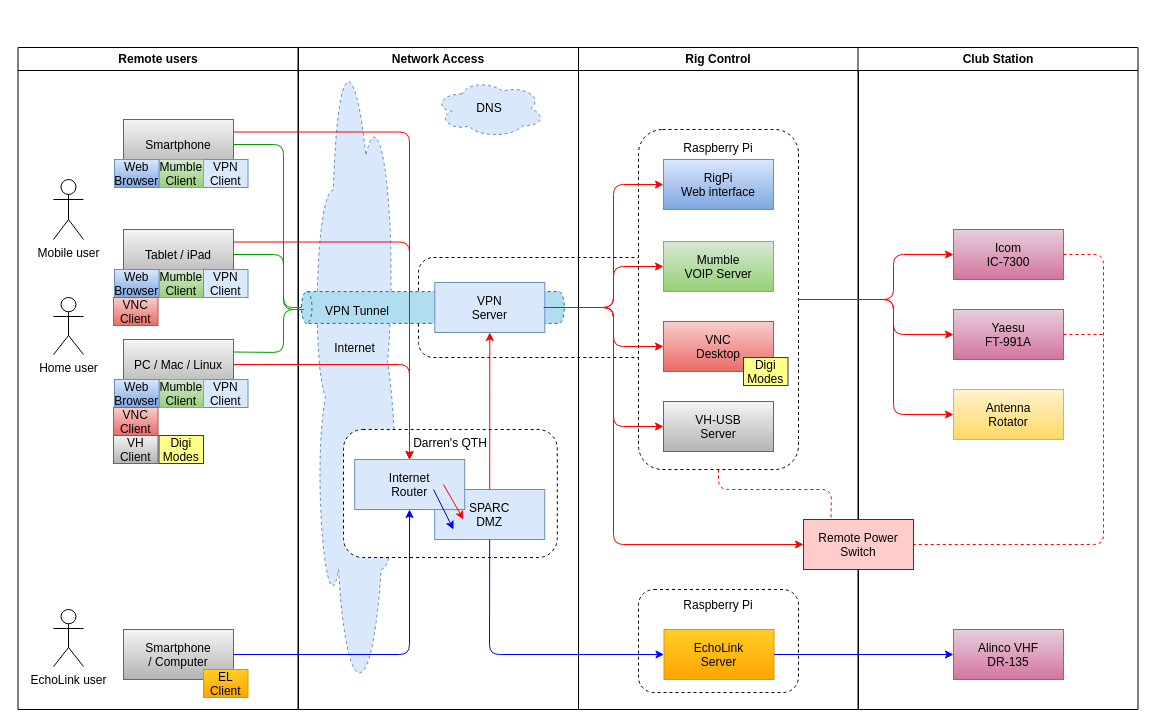
This is page "Component model" (2 of 2) of diagrams/SPARC Club Station Remote Control.drawio from StevPem/SPARC-Club-Station-Remote-Control, a draw.io file, before an edit. Source tidied: cells renumbered, new cells numbered last; positions are measured from the earlier drawing's top-left corner, leaving out a move shared by most shapes. Both pictures are drawn from the tidied source at 100%, with x=0, y=0 at pixel (17, 17).
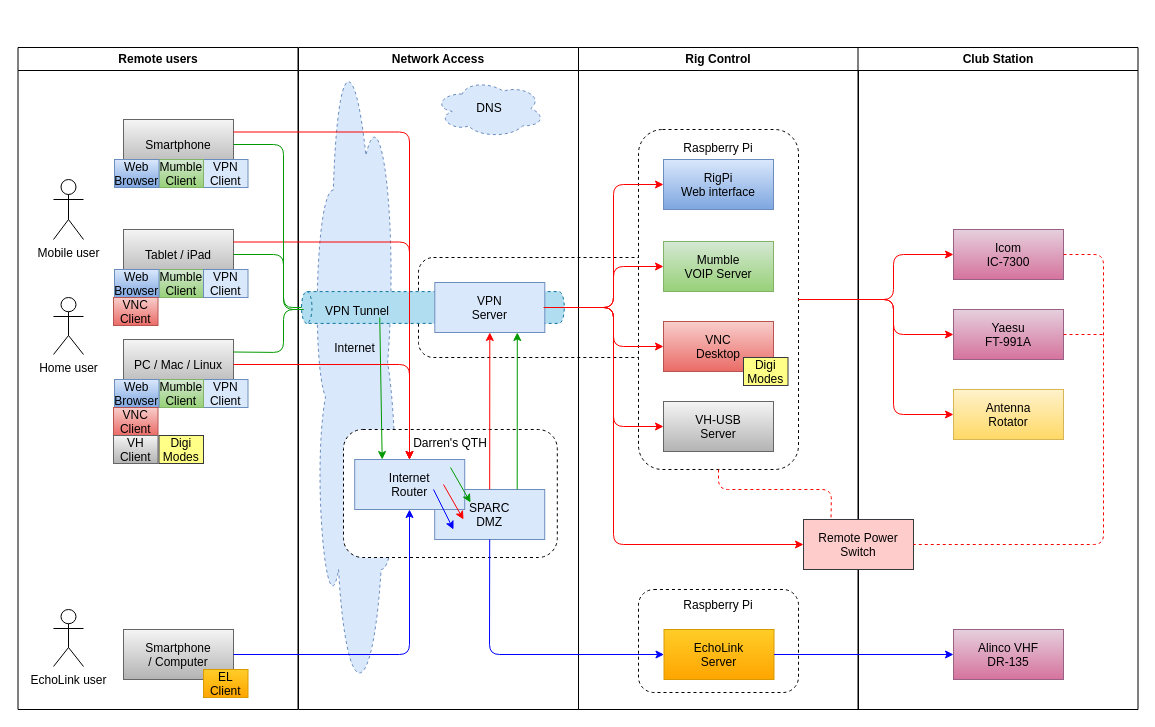
The same diagram, later.

Unchanged cells that the change refers to:
```xml
<mxCell id="38" value="Network Access" style="swimlane;whiteSpace=wrap;" parent="1" vertex="1">
  <mxGeometry x="281" y="30" width="280" height="662" as="geometry" />
</mxCell>
<mxCell id="41" value="SPARC&#10;DMZ" style="fillColor=#dae8fc;strokeColor=#6c8ebf;" parent="38" vertex="1">
  <mxGeometry x="136.2" y="442" width="110" height="50" as="geometry" />
</mxCell>
<mxCell id="42" value="Internet&#10;Router" style="fillColor=#dae8fc;strokeColor=#6c8ebf;" parent="38" vertex="1">
  <mxGeometry x="56.2" y="412" width="110" height="50" as="geometry" />
</mxCell>
<mxCell id="45" value="VPN Tunnel" style="text;whiteSpace=wrap;html=1;" parent="38" vertex="1">
  <mxGeometry x="25" y="250" width="75" height="20" as="geometry" />
</mxCell>
<mxCell id="46" value="VPN&#10;Server" style="fillColor=#dae8fc;strokeColor=#6c8ebf;" parent="38" vertex="1">
  <mxGeometry x="136.3" y="235" width="110" height="50" as="geometry" />
</mxCell>
```

What changed in the source:
```diff
@@
+    <mxCell id="72" style="endArrow=classic;html=1;entryX=0.75;entryY=1;entryDx=0;entryDy=0;exitX=0.75;exitY=0;exitDx=0;exitDy=0;strokeColor=#009900;" parent="38" edge="1" source="41" target="46">
+      <mxGeometry relative="1" as="geometry" />
+    </mxCell>
+    <mxCell id="73" style="endArrow=classic;html=1;entryX=0.25;entryY=0;entryDx=0;entryDy=0;exitX=0.75;exitY=1;exitDx=0;exitDy=0;strokeColor=#009900;" parent="38" edge="1" source="45" target="42">
+      <mxGeometry relative="1" as="geometry" />
+    </mxCell>
@@
+    <mxCell id="74" style="endArrow=classic;html=1;exitX=0.807;exitY=0.5;exitDx=0;exitDy=0;exitPerimeter=0;strokeColor=#009900;" parent="1" edge="1">
+      <mxGeometry relative="1" as="geometry">
+        <mxPoint x="433" y="450" as="sourcePoint" />
+        <mxPoint x="453" y="485" as="targetPoint" />
+      </mxGeometry>
+    </mxCell>
```
